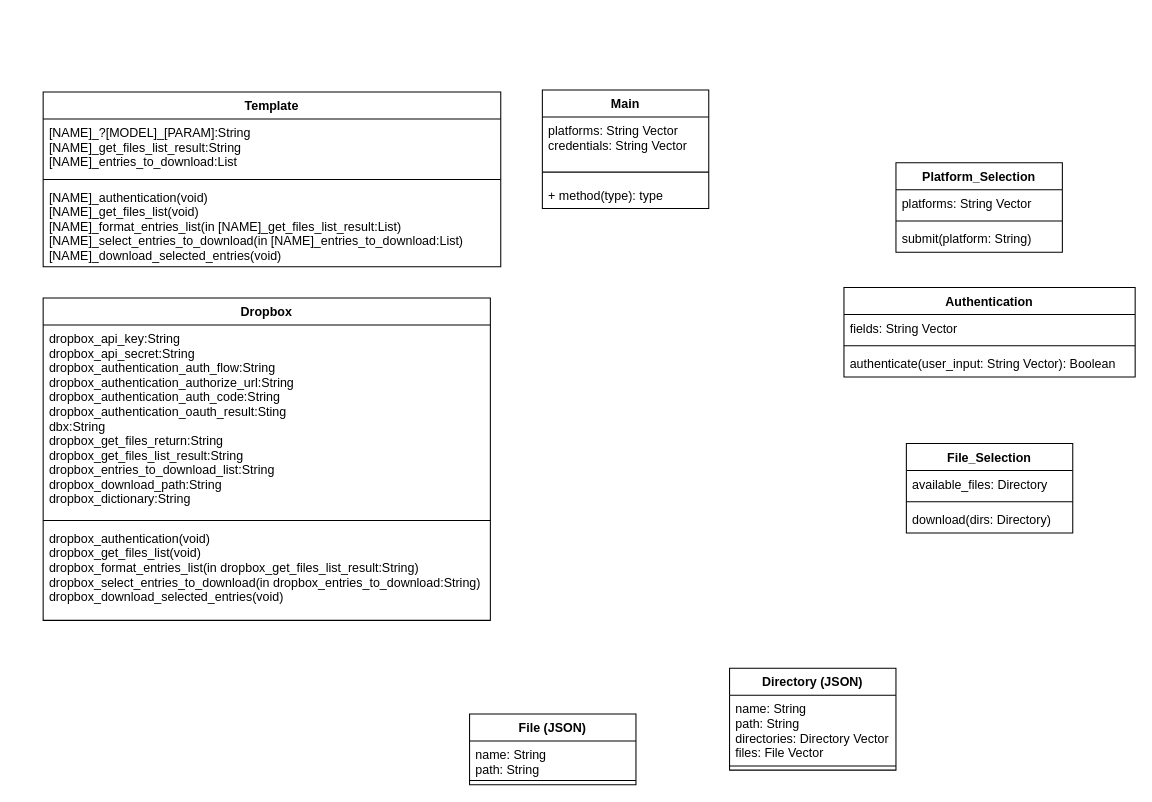
Before: Docs/Design/draw.io/all.drawio in Captain-Cybeard/Capstone_Project, a draw.io diagram. Source tidied: cells renumbered, new cells numbered last; positions are measured from the earlier drawing's top-left corner, leaving out a move shared by most shapes. Both pictures are drawn from the tidied source at 104%, with x=0, y=0 at pixel (43, 89).
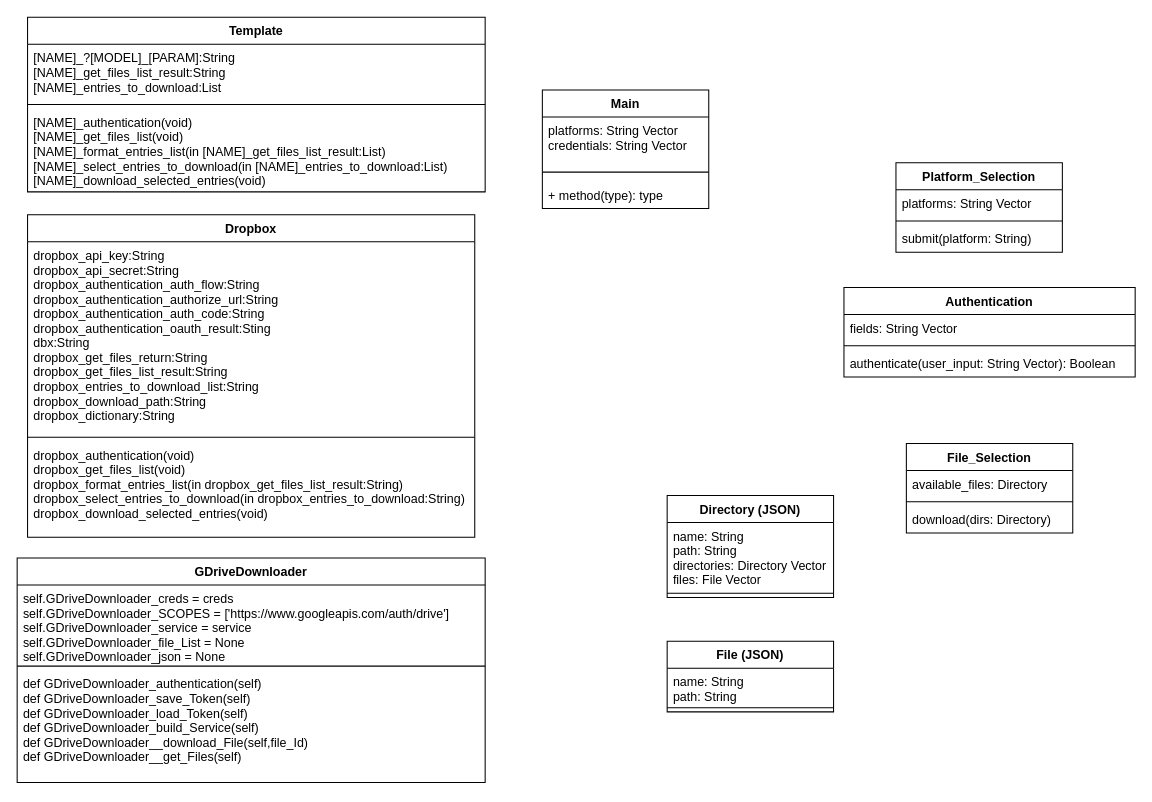
Above is the later version.

Commit message (it also covers changes not shown here):
added ryans uml

The edit, as a diff of the source:
```diff
@@
     <mxCell id="18" value="Directory (JSON)" style="swimlane;fontStyle=1;align=center;verticalAlign=top;horizontal=1;startSize=26;" parent="1" vertex="1">
-      <mxGeometry x="660" y="556" width="160" height="98" as="geometry" />
+      <mxGeometry x="600" y="390" width="160" height="98" as="geometry" />
     </mxCell>
@@
     <mxCell id="21" value="File (JSON)" style="swimlane;fontStyle=1;align=center;verticalAlign=top;horizontal=1;startSize=26;" parent="1" vertex="1">
-      <mxGeometry x="410" y="600" width="160" height="68" as="geometry" />
+      <mxGeometry x="600" y="530" width="160" height="68" as="geometry" />
     </mxCell>
@@
     <mxCell id="24" value="Dropbox" style="swimlane;fontStyle=1;align=center;verticalAlign=top;horizontal=1;startSize=26;" parent="1" vertex="1">
-      <mxGeometry y="200" width="430" height="310" as="geometry" />
+      <mxGeometry x="-15" y="120" width="430" height="310" as="geometry" />
     </mxCell>
@@
     <mxCell id="28" value="Template" style="swimlane;fontStyle=1;align=center;verticalAlign=top;horizontal=1;startSize=26;" parent="1" vertex="1">
-      <mxGeometry y="2" width="440" height="168" as="geometry" />
+      <mxGeometry x="-15" y="-70" width="440" height="168" as="geometry" />
     </mxCell>
@@
+    <mxCell id="32" value="GDriveDownloader" style="swimlane;fontStyle=1;align=center;verticalAlign=top;horizontal=1;startSize=26;" parent="1" vertex="1">
+      <mxGeometry x="-25" y="450" width="450" height="216" as="geometry" />
+    </mxCell>
+    <mxCell id="33" value="self.GDriveDownloader_creds = creds&#10;self.GDriveDownloader_SCOPES = ['https://www.googleapis.com/auth/drive']&#10;self.GDriveDownloader_service = service&#10;self.GDriveDownloader_file_List = None&#10;self.GDriveDownloader_json = None&#10;" style="text;strokeColor=none;fillColor=none;align=left;verticalAlign=top;spacingLeft=4;spacingRight=4;overflow=hidden;" parent="32" vertex="1">
+      <mxGeometry y="26" width="450" height="74" as="geometry" />
+    </mxCell>
+    <mxCell id="34" style="line;strokeWidth=1;fillColor=none;align=left;verticalAlign=middle;spacingTop=-1;spacingLeft=3;spacingRight=3;labelPosition=right;" parent="32" vertex="1">
+      <mxGeometry y="100" width="450" height="8" as="geometry" />
+    </mxCell>
+    <mxCell id="35" value="def GDriveDownloader_authentication(self)&#10;def GDriveDownloader_save_Token(self)&#10;def GDriveDownloader_load_Token(self)&#10;def GDriveDownloader_build_Service(self)&#10;def GDriveDownloader__download_File(self,file_Id)&#10;def GDriveDownloader__get_Files(self)" style="text;strokeColor=none;fillColor=none;align=left;verticalAlign=top;spacingLeft=4;spacingRight=4;overflow=hidden;" parent="32" vertex="1">
+      <mxGeometry y="108" width="450" height="108" as="geometry" />
+    </mxCell>
```
